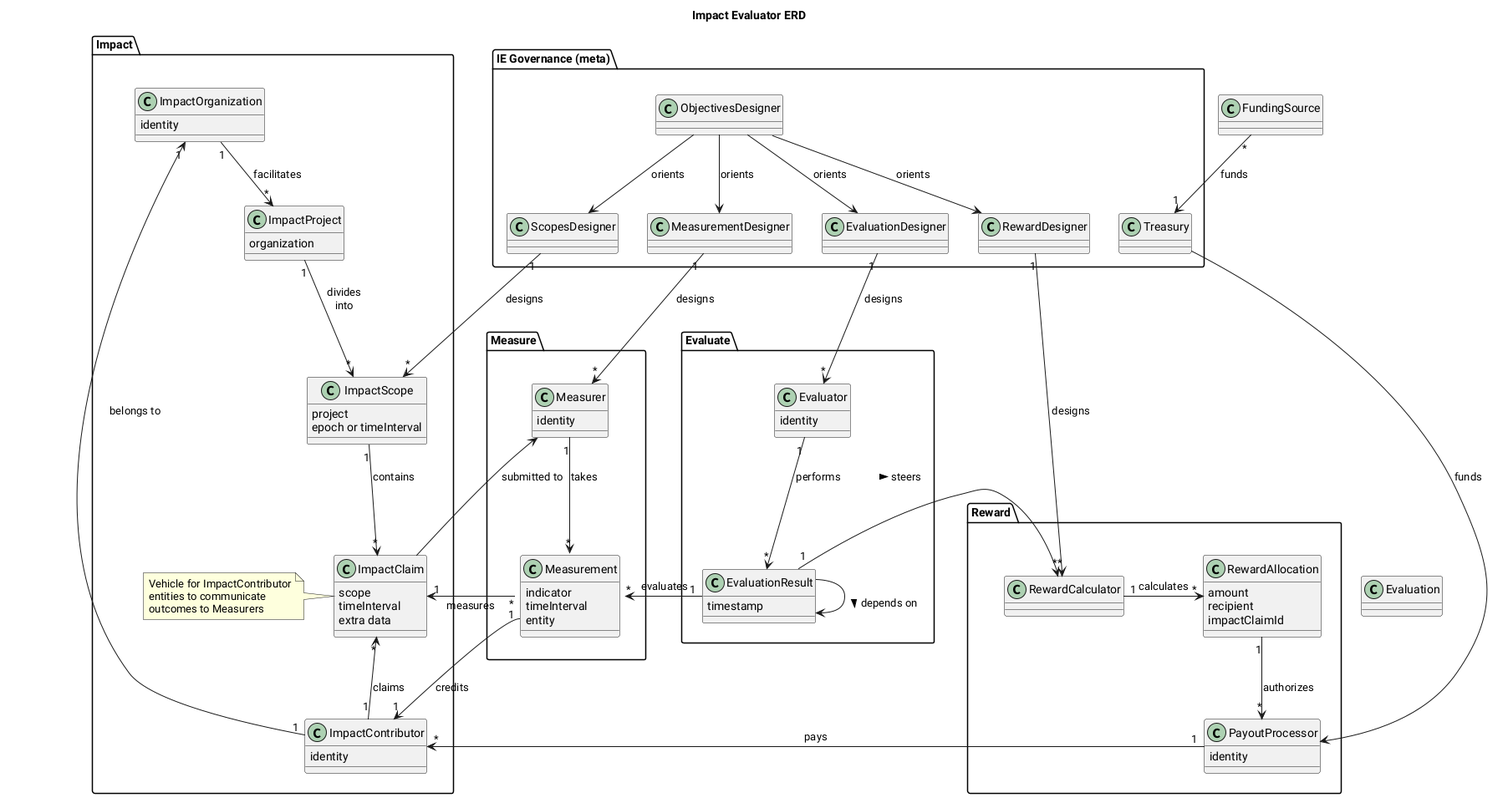
The PlantUML diagram ERD.png in aspiers/ImpactEvaluators, before a commit.
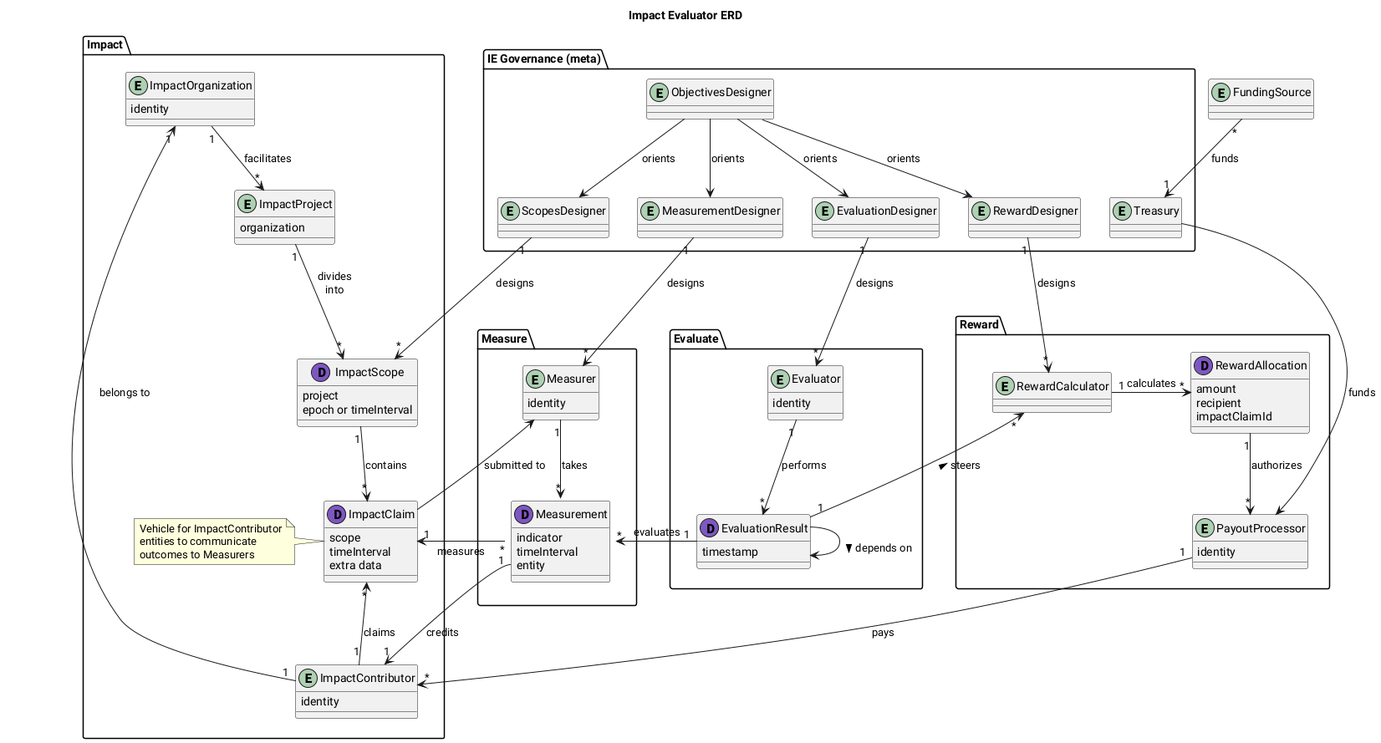
The same file after the commit.

What changed in the source:
```diff
@@ -3,12 +3,12 @@
 
 
 package "IE Governance (meta)" as IEGovernance {
-    class ObjectivesDesigner {}
-    class ScopesDesigner {}
-    class MeasurementDesigner {}
-    class EvaluationDesigner {}
-    class RewardDesigner {}
-    class Treasury {}
+    entity ObjectivesDesigner
+    entity ScopesDesigner
+    entity MeasurementDesigner
+    entity EvaluationDesigner
+    entity RewardDesigner
+    entity Treasury
 
     ObjectivesDesigner -d[hidden]-> ScopesDesigner
     ScopesDesigner -r[hidden]-> MeasurementDesigner
@@ -23,17 +23,17 @@
 }
 
 package Impact {
-    class ImpactOrganization {
+    entity ImpactOrganization {
         identity
     }
-    class ImpactProject {
+    entity ImpactProject {
         organization
     }
-    class ImpactScope {
+    dataclass ImpactScope {
         project
         epoch or timeInterval
     }
-    class ImpactClaim {
+    dataclass ImpactClaim {
         scope
         timeInterval
         extra data
@@ -43,7 +43,7 @@
         entities to communicate
         outcomes to Measurers
     end note
-    class ImpactContributor {
+    entity ImpactContributor {
         identity
     }
 
@@ -55,12 +55,12 @@
 }
 
 package Measure {
-    class Measurement {
+    dataclass Measurement {
         indicator
         timeInterval
         entity
     }
-    class Measurer {
+    entity Measurer {
         identity
     }
 
@@ -72,10 +72,10 @@
 }
 
 package Evaluate {
-    class EvaluationResult {
+    dataclass EvaluationResult {
         timestamp
     }
-    class Evaluator {
+    entity Evaluator {
         identity
     }
 
@@ -85,13 +85,13 @@
 }
 
 package Reward {
-    class RewardCalculator {}
-    class RewardAllocation {
+    entity RewardCalculator {}
+    dataclass RewardAllocation {
         amount
         recipient
         impactClaimId
     }
-    class PayoutProcessor {
+    entity PayoutProcessor {
         identity
     }
 
@@ -100,21 +100,20 @@
 }
 
 Impact -r[hidden]--> Measure
+Measure -r[hidden]--> Evaluate
 Evaluate -r[hidden]--> Reward
-Measurement -r[hidden]--> Evaluation
-Evaluation -r[hidden]--> RewardCalculator
 
 ScopesDesigner "1" --> "*" ImpactScope : designs
 MeasurementDesigner "1" --> "*" Measurer : designs
 EvaluationDesigner "1" --> "*" Evaluator : designs
 RewardDesigner "1" --> "*" RewardCalculator : designs
 
+entity FundingSource
+FundingSource "*" --> "1" Treasury : funds
 Treasury --> PayoutProcessor : funds
 
 EvaluationResult "1" --> "*" RewardCalculator : steers >
 PayoutProcessor "1" -d-> "*" ImpactContributor : pays
 
-FundingSource "*" --> "1" Treasury : funds
-
 
 @enduml
```
